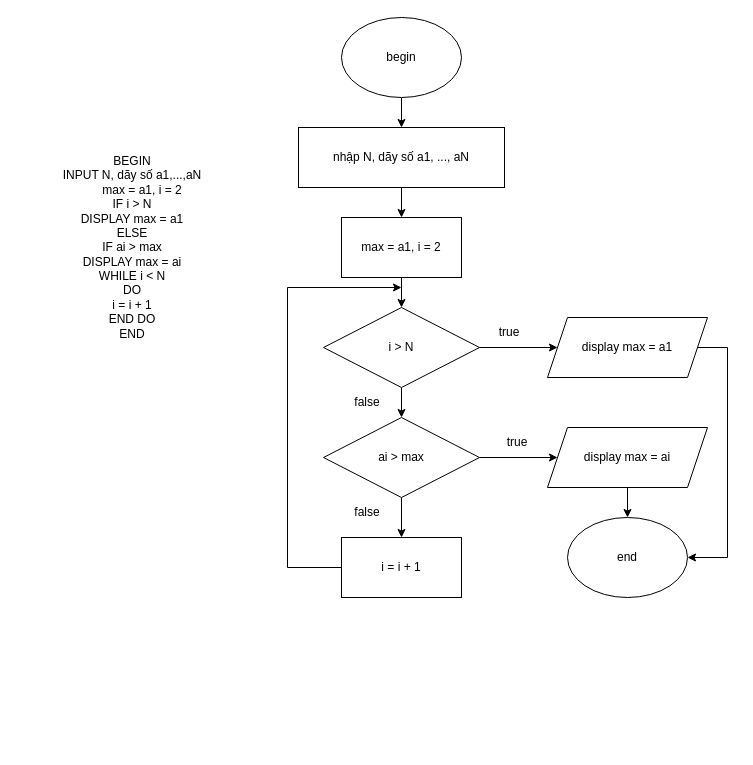
DanHuy77/C0722G1-DangNhatHuy keeps this draw.io diagram as ss3_ma_gia_luu_do/thuattoantimsolonnhattrongdayso.drawio. Above is the earlier version. Source tidied: cells renumbered, new cells numbered last; positions are measured from the earlier drawing's top-left corner, leaving out a move shared by most shapes. Both pictures are drawn from the tidied source at 100%, with x=0, y=0 at pixel (17, 17).
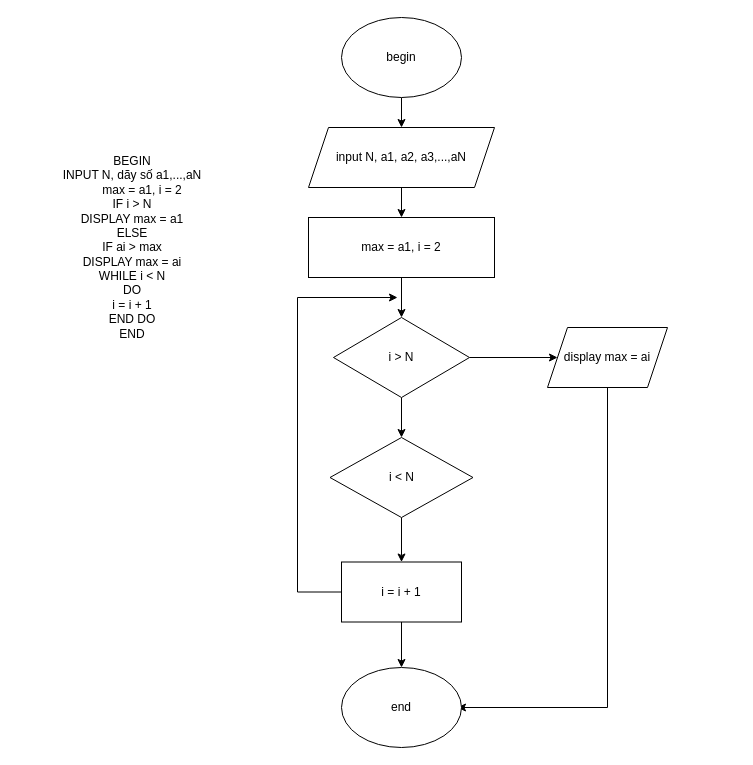
The same diagram, later.

The change refers to these unchanged cells:
```xml
<mxCell id="3" value="begin" style="ellipse;whiteSpace=wrap;html=1;" parent="1" vertex="1">
  <mxGeometry x="324" width="120" height="80" as="geometry" />
</mxCell>
```

Diff of the diagram source:
```diff
@@
-    <mxCell id="2" style="edgeStyle=orthogonalEdgeStyle;rounded=0;jettySize=auto;html=1;" parent="1" edge="1" source="3" target="5">
-      <mxGeometry relative="1" as="geometry" />
-    </mxCell>
+    <mxCell id="26" style="edgeStyle=orthogonalEdgeStyle;rounded=0;jettySize=auto;html=1;" parent="1" edge="1" source="3" target="28">
+      <mxGeometry relative="1" as="geometry" />
+    </mxCell>
@@
-    <mxCell id="4" style="edgeStyle=orthogonalEdgeStyle;rounded=0;jettySize=auto;html=1;" parent="1" edge="1" source="5" target="10">
-      <mxGeometry relative="1" as="geometry" />
-    </mxCell>
-    <mxCell id="5" value="nhập N, dãy số a1, ..., aN" style="rounded=0;whiteSpace=wrap;html=1;" parent="1" vertex="1">
-      <mxGeometry x="281" y="110" width="206" height="60" as="geometry" />
-    </mxCell>
-    <mxCell id="6" style="edgeStyle=orthogonalEdgeStyle;rounded=0;jettySize=auto;html=1;" parent="1" edge="1" source="8" target="12">
-      <mxGeometry relative="1" as="geometry" />
-    </mxCell>
-    <mxCell id="7" style="edgeStyle=orthogonalEdgeStyle;rounded=0;jettySize=auto;html=1;" parent="1" edge="1" source="8" target="15">
-      <mxGeometry relative="1" as="geometry" />
-    </mxCell>
+    <mxCell id="25" value="&lt;div&gt;BEGIN&lt;/div&gt;&lt;div&gt;INPUT N, dãy số a1,...,aN&lt;/div&gt;&lt;div&gt;&amp;nbsp; &amp;nbsp; &amp;nbsp; max = a1, i = 2&lt;/div&gt;&lt;div&gt;IF i &amp;gt; N&lt;/div&gt;&lt;div&gt;DISPLAY max = a1&lt;/div&gt;&lt;div&gt;ELSE&lt;/div&gt;&lt;div&gt;IF ai &amp;gt; max&lt;/div&gt;&lt;div&gt;DISPLAY max = ai&lt;/div&gt;&lt;div&gt;WHILE i &amp;lt; N&lt;/div&gt;&lt;div&gt;DO&lt;/div&gt;&lt;div&gt;i = i + 1&lt;/div&gt;&lt;div&gt;END DO&lt;/div&gt;&lt;div&gt;END&lt;/div&gt;" style="text;html=1;strokeColor=none;fillColor=none;align=center;verticalAlign=middle;whiteSpace=wrap;rounded=0;" parent="1" vertex="1">
+      <mxGeometry y="215" width="230" height="30" as="geometry" />
+    </mxCell>
+    <mxCell id="27" style="edgeStyle=orthogonalEdgeStyle;rounded=0;jettySize=auto;html=1;" parent="1" edge="1" source="28" target="10">
+      <mxGeometry relative="1" as="geometry" />
+    </mxCell>
+    <mxCell id="28" value="input N, a1, a2, a3,...,aN" style="shape=parallelogram;perimeter=parallelogramPerimeter;whiteSpace=wrap;html=1;fixedSize=1;" parent="1" vertex="1">
+      <mxGeometry x="291" y="110" width="186" height="60" as="geometry" />
+    </mxCell>
+    <mxCell id="29" style="edgeStyle=orthogonalEdgeStyle;rounded=0;jettySize=auto;html=1;" parent="1" edge="1" source="8" target="33">
+      <mxGeometry relative="1" as="geometry" />
+    </mxCell>
+    <mxCell id="30" style="edgeStyle=orthogonalEdgeStyle;rounded=0;jettySize=auto;html=1;" parent="1" edge="1" source="8" target="17">
+      <mxGeometry relative="1" as="geometry" />
+    </mxCell>
     <mxCell id="8" value="i &amp;gt; N" style="rhombus;whiteSpace=wrap;html=1;" parent="1" vertex="1">
-      <mxGeometry x="306" y="290" width="156" height="80" as="geometry" />
+      <mxGeometry x="316" y="300" width="136" height="80" as="geometry" />
     </mxCell>
@@
     <mxCell id="10" value="max = a1, i = 2" style="rounded=0;whiteSpace=wrap;html=1;" parent="1" vertex="1">
-      <mxGeometry x="324" y="200" width="120" height="60" as="geometry" />
+      <mxGeometry x="291" y="200" width="186" height="60" as="geometry" />
     </mxCell>
-    <mxCell id="11" style="edgeStyle=orthogonalEdgeStyle;rounded=0;jettySize=auto;html=1;entryX=1;entryY=0.5;entryDx=0;entryDy=0;" parent="1" edge="1" source="12" target="24">
-      <mxGeometry relative="1" as="geometry">
-        <Array as="points">
-          <mxPoint x="710" y="330" />
-          <mxPoint x="710" y="540" />
-        </Array>
-      </mxGeometry>
-    </mxCell>
-    <mxCell id="12" value="display max = a1" style="shape=parallelogram;perimeter=parallelogramPerimeter;whiteSpace=wrap;html=1;fixedSize=1;" parent="1" vertex="1">
-      <mxGeometry x="530" y="300" width="160" height="60" as="geometry" />
-    </mxCell>
-    <mxCell id="13" style="edgeStyle=orthogonalEdgeStyle;rounded=0;jettySize=auto;html=1;" parent="1" edge="1" source="15" target="17">
-      <mxGeometry relative="1" as="geometry" />
-    </mxCell>
-    <mxCell id="14" style="edgeStyle=orthogonalEdgeStyle;rounded=0;jettySize=auto;html=1;" parent="1" edge="1" source="15" target="19">
-      <mxGeometry relative="1" as="geometry" />
-    </mxCell>
-    <mxCell id="15" value="ai &amp;gt; max" style="rhombus;whiteSpace=wrap;html=1;" parent="1" vertex="1">
-      <mxGeometry x="306" y="400" width="156" height="80" as="geometry" />
-    </mxCell>
-    <mxCell id="16" style="edgeStyle=orthogonalEdgeStyle;rounded=0;jettySize=auto;html=1;" parent="1" edge="1" source="17" target="24">
-      <mxGeometry relative="1" as="geometry" />
-    </mxCell>
+    <mxCell id="31" style="edgeStyle=orthogonalEdgeStyle;rounded=0;jettySize=auto;html=1;" parent="1" edge="1" source="17">
+      <mxGeometry relative="1" as="geometry">
+        <mxPoint x="440" y="690" as="targetPoint" />
+        <Array as="points">
+          <mxPoint x="590" y="690" />
+          <mxPoint x="442" y="690" />
+        </Array>
+      </mxGeometry>
+    </mxCell>
     <mxCell id="17" value="display max = ai" style="shape=parallelogram;perimeter=parallelogramPerimeter;whiteSpace=wrap;html=1;fixedSize=1;" parent="1" vertex="1">
-      <mxGeometry x="530" y="410" width="160" height="60" as="geometry" />
+      <mxGeometry x="530" y="310" width="120" height="60" as="geometry" />
     </mxCell>
-    <mxCell id="18" style="edgeStyle=orthogonalEdgeStyle;rounded=0;jettySize=auto;html=1;" parent="1" edge="1" source="19">
-      <mxGeometry relative="1" as="geometry">
-        <mxPoint x="384" y="270" as="targetPoint" />
-        <Array as="points">
-          <mxPoint x="270" y="550" />
-          <mxPoint x="270" y="270" />
-        </Array>
-      </mxGeometry>
-    </mxCell>
+    <mxCell id="32" style="edgeStyle=orthogonalEdgeStyle;rounded=0;jettySize=auto;html=1;" parent="1" edge="1" source="33" target="19">
+      <mxGeometry relative="1" as="geometry" />
+    </mxCell>
+    <mxCell id="33" value="i &amp;lt; N" style="rhombus;whiteSpace=wrap;html=1;" parent="1" vertex="1">
+      <mxGeometry x="312.5" y="420" width="143" height="80" as="geometry" />
+    </mxCell>
+    <mxCell id="34" style="edgeStyle=orthogonalEdgeStyle;rounded=0;jettySize=auto;html=1;" parent="1" edge="1" source="19" target="24">
+      <mxGeometry relative="1" as="geometry" />
+    </mxCell>
+    <mxCell id="35" style="edgeStyle=orthogonalEdgeStyle;rounded=0;jettySize=auto;html=1;" parent="1" edge="1" source="19">
+      <mxGeometry relative="1" as="geometry">
+        <mxPoint x="380" y="280" as="targetPoint" />
+        <Array as="points">
+          <mxPoint x="280" y="575" />
+          <mxPoint x="280" y="280" />
+        </Array>
+      </mxGeometry>
+    </mxCell>
     <mxCell id="19" value="i = i + 1" style="rounded=0;whiteSpace=wrap;html=1;" parent="1" vertex="1">
-      <mxGeometry x="324" y="520" width="120" height="60" as="geometry" />
+      <mxGeometry x="324" y="544.5" width="120" height="60" as="geometry" />
     </mxCell>
-    <mxCell id="20" value="true" style="text;html=1;strokeColor=none;fillColor=none;align=center;verticalAlign=middle;whiteSpace=wrap;rounded=0;" parent="1" vertex="1">
-      <mxGeometry x="462" y="300" width="60" height="30" as="geometry" />
-    </mxCell>
-    <mxCell id="21" value="false" style="text;html=1;strokeColor=none;fillColor=none;align=center;verticalAlign=middle;whiteSpace=wrap;rounded=0;" parent="1" vertex="1">
-      <mxGeometry x="320" y="370" width="60" height="30" as="geometry" />
-    </mxCell>
-    <mxCell id="22" value="true" style="text;html=1;strokeColor=none;fillColor=none;align=center;verticalAlign=middle;whiteSpace=wrap;rounded=0;" parent="1" vertex="1">
-      <mxGeometry x="470" y="410" width="60" height="30" as="geometry" />
-    </mxCell>
-    <mxCell id="23" value="false" style="text;html=1;strokeColor=none;fillColor=none;align=center;verticalAlign=middle;whiteSpace=wrap;rounded=0;" parent="1" vertex="1">
-      <mxGeometry x="320" y="480" width="60" height="30" as="geometry" />
-    </mxCell>
     <mxCell id="24" value="end" style="ellipse;whiteSpace=wrap;html=1;" parent="1" vertex="1">
-      <mxGeometry x="550" y="500" width="120" height="80" as="geometry" />
+      <mxGeometry x="324" y="650" width="120" height="80" as="geometry" />
     </mxCell>
-    <mxCell id="25" value="&lt;div&gt;BEGIN&lt;/div&gt;&lt;div&gt;INPUT N, dãy số a1,...,aN&lt;/div&gt;&lt;div&gt;&amp;nbsp; &amp;nbsp; &amp;nbsp; max = a1, i = 2&lt;/div&gt;&lt;div&gt;IF i &amp;gt; N&lt;/div&gt;&lt;div&gt;DISPLAY max = a1&lt;/div&gt;&lt;div&gt;ELSE&lt;/div&gt;&lt;div&gt;IF ai &amp;gt; max&lt;/div&gt;&lt;div&gt;DISPLAY max = ai&lt;/div&gt;&lt;div&gt;WHILE i &amp;lt; N&lt;/div&gt;&lt;div&gt;DO&lt;/div&gt;&lt;div&gt;i = i + 1&lt;/div&gt;&lt;div&gt;END DO&lt;/div&gt;&lt;div&gt;END&lt;/div&gt;" style="text;html=1;strokeColor=none;fillColor=none;align=center;verticalAlign=middle;whiteSpace=wrap;rounded=0;" parent="1" vertex="1">
-      <mxGeometry y="215" width="230" height="30" as="geometry" />
-    </mxCell>
```
